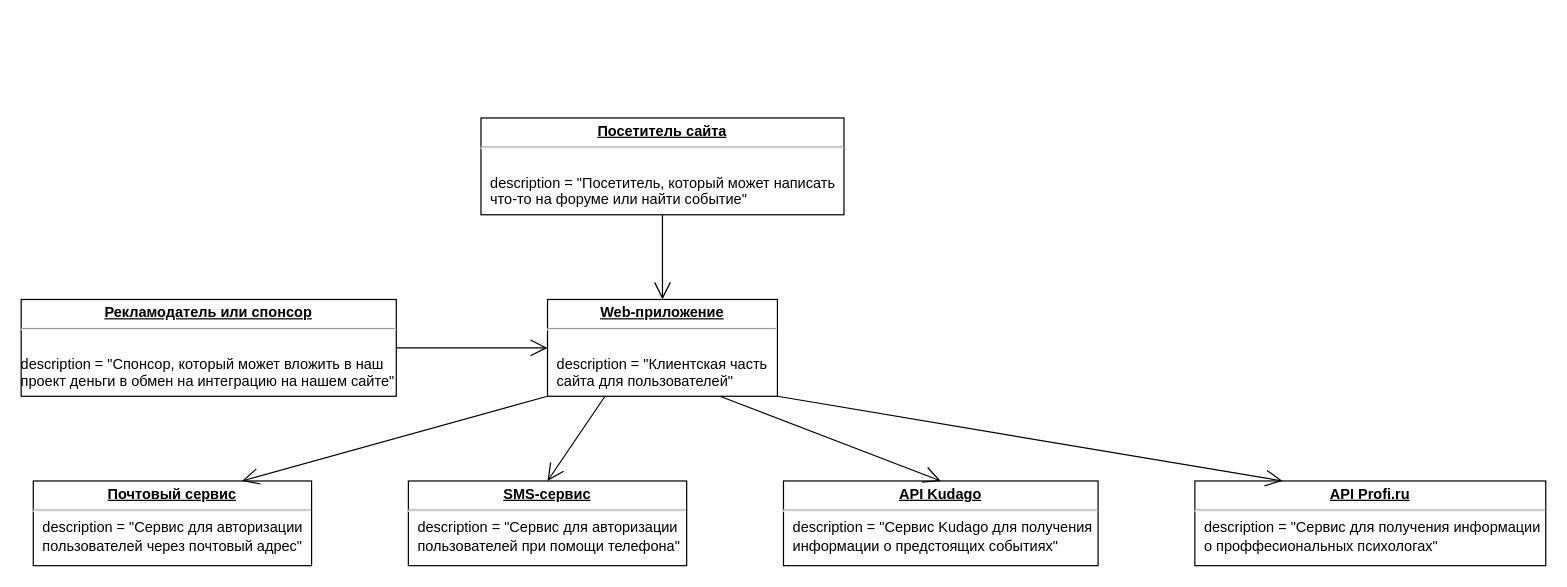
Above: docs/UML/Object - Арясин.drawio in Redegit/ThisTooShallPass (draw.io), before the change. Source tidied: cells renumbered, new cells numbered last; positions are measured from the earlier drawing's top-left corner, leaving out a move shared by most shapes. Both pictures are drawn from the tidied source at 121%, with x=0, y=0 at pixel (21, 117).
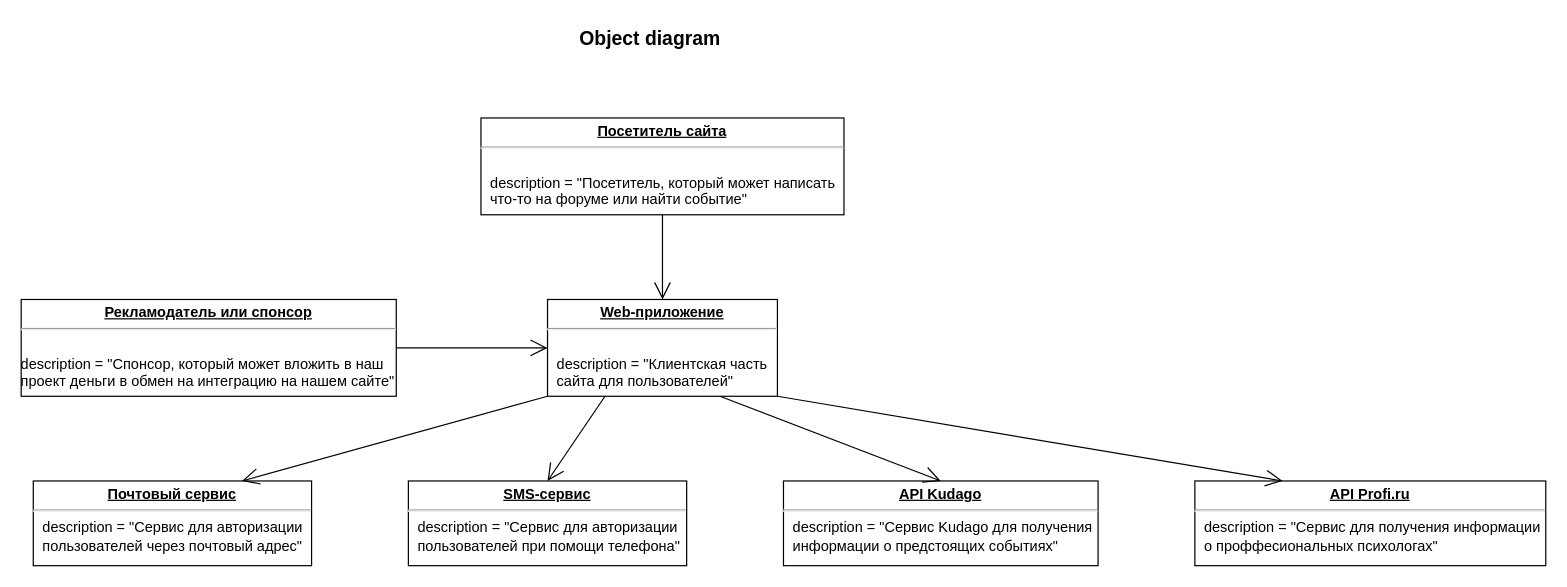
The same page after the edit.

What changed in the source:
```diff
@@
 <mxGraphModel>
   <root>
     <mxCell id="0" />
     <mxCell id="1" parent="0" />
     <mxCell id="2" value="&lt;p style=&quot;margin:0px;margin-top:4px;text-align:center;text-decoration:underline;&quot;&gt;&lt;b&gt;Посетитель сайта&lt;/b&gt;&lt;/p&gt;&lt;hr&gt;&lt;p style=&quot;margin:0px;margin-left:8px;&quot;&gt;&lt;br&gt;&lt;/p&gt;&lt;p style=&quot;margin:0px;margin-left:8px;&quot;&gt;description = &quot;Посетитель, который может написать&amp;nbsp;&lt;/p&gt;&lt;p style=&quot;margin:0px;margin-left:8px;&quot;&gt;что-то на форуме или найти событие&quot;&lt;br&gt;&lt;br&gt;&lt;/p&gt;" style="verticalAlign=top;align=left;overflow=fill;fontSize=12;fontFamily=Helvetica;html=1;" parent="1" vertex="1">
       <mxGeometry x="380" width="300" height="80" as="geometry" />
     </mxCell>
     <mxCell id="3" value="&lt;p style=&quot;margin:0px;margin-top:4px;text-align:center;text-decoration:underline;&quot;&gt;&lt;b&gt;Рекламодатель или спонсор&lt;/b&gt;&lt;/p&gt;&lt;hr&gt;&lt;p style=&quot;margin:0px;margin-left:8px;&quot;&gt;&lt;br&gt;&lt;/p&gt;description = &quot;&lt;span style=&quot;background-color: initial;&quot;&gt;Спонсор, который может вложить в наш&lt;br&gt;проект&amp;nbsp;&lt;/span&gt;&lt;span style=&quot;background-color: initial;&quot;&gt;деньги в обмен на интеграцию на нашем сайте&quot;&lt;/span&gt;&lt;span style=&quot;background-color: initial;&quot;&gt;&lt;br&gt;&lt;/span&gt;" style="verticalAlign=top;align=left;overflow=fill;fontSize=12;fontFamily=Helvetica;html=1;" parent="1" vertex="1">
       <mxGeometry y="150" width="310" height="80" as="geometry" />
     </mxCell>
     <mxCell id="4" value="&lt;p style=&quot;margin:0px;margin-top:4px;text-align:center;text-decoration:underline;&quot;&gt;&lt;b&gt;Web-приложение&lt;/b&gt;&lt;/p&gt;&lt;hr&gt;&lt;p style=&quot;margin:0px;margin-left:8px;&quot;&gt;&lt;br&gt;description = &quot;Клиентская часть&amp;nbsp;&lt;/p&gt;&lt;p style=&quot;margin:0px;margin-left:8px;&quot;&gt;сайта&amp;nbsp;&lt;span style=&quot;background-color: initial;&quot;&gt;для пользователей&quot;&lt;/span&gt;&lt;/p&gt;" style="verticalAlign=top;align=left;overflow=fill;fontSize=12;fontFamily=Helvetica;html=1;" parent="1" vertex="1">
       <mxGeometry x="435" y="150" width="190" height="80" as="geometry" />
     </mxCell>
     <mxCell id="5" value="&lt;p style=&quot;margin:0px;margin-top:4px;text-align:center;text-decoration:underline;&quot;&gt;&lt;b&gt;Почтовый сервис&lt;/b&gt;&lt;/p&gt;&lt;hr&gt;&lt;p style=&quot;margin:0px;margin-left:8px;&quot;&gt;description = &quot;Сервис для авторизации&lt;br&gt;&lt;/p&gt;&lt;p style=&quot;margin:0px;margin-left:8px;&quot;&gt;пользователей через почтовый адрес&quot;&lt;/p&gt;" style="verticalAlign=top;align=left;overflow=fill;fontSize=12;fontFamily=Helvetica;html=1;" parent="1" vertex="1">
       <mxGeometry x="10" y="300" width="230" height="70" as="geometry" />
     </mxCell>
     <mxCell id="6" value="&lt;p style=&quot;margin:0px;margin-top:4px;text-align:center;text-decoration:underline;&quot;&gt;&lt;b&gt;SMS-сервис&lt;/b&gt;&lt;/p&gt;&lt;hr&gt;&lt;p style=&quot;margin:0px;margin-left:8px;&quot;&gt;description = &quot;Сервис для авторизации&lt;br&gt;&lt;/p&gt;&lt;p style=&quot;margin:0px;margin-left:8px;&quot;&gt;пользователей при помощи телефона&quot;&lt;/p&gt;" style="verticalAlign=top;align=left;overflow=fill;fontSize=12;fontFamily=Helvetica;html=1;" parent="1" vertex="1">
       <mxGeometry x="320" y="300" width="230" height="70" as="geometry" />
     </mxCell>
     <mxCell id="7" value="&lt;p style=&quot;margin:0px;margin-top:4px;text-align:center;text-decoration:underline;&quot;&gt;&lt;b&gt;API Kudago&lt;/b&gt;&lt;/p&gt;&lt;hr&gt;&lt;p style=&quot;margin:0px;margin-left:8px;&quot;&gt;description = &quot;Сервис Kudago для получения&lt;/p&gt;&lt;p style=&quot;margin:0px;margin-left:8px;&quot;&gt;&lt;span style=&quot;background-color: initial;&quot;&gt;информации о предстоящих событиях&quot;&lt;/span&gt;&lt;/p&gt;" style="verticalAlign=top;align=left;overflow=fill;fontSize=12;fontFamily=Helvetica;html=1;" parent="1" vertex="1">
       <mxGeometry x="630" y="300" width="260" height="70" as="geometry" />
     </mxCell>
     <mxCell id="8" value="&lt;p style=&quot;margin:0px;margin-top:4px;text-align:center;text-decoration:underline;&quot;&gt;&lt;b&gt;API Profi.ru&lt;/b&gt;&lt;/p&gt;&lt;hr&gt;&lt;p style=&quot;margin:0px;margin-left:8px;&quot;&gt;description = &quot;Сервис для получения информации&lt;/p&gt;&lt;p style=&quot;margin:0px;margin-left:8px;&quot;&gt;&lt;span style=&quot;background-color: initial;&quot;&gt;о проффесиональных психологах&quot;&lt;/span&gt;&lt;/p&gt;" style="verticalAlign=top;align=left;overflow=fill;fontSize=12;fontFamily=Helvetica;html=1;" parent="1" vertex="1">
       <mxGeometry x="970" y="300" width="290" height="70" as="geometry" />
     </mxCell>
     <mxCell id="9" style="endArrow=open;endFill=1;endSize=12;html=1;exitX=0.5;exitY=1;exitDx=0;exitDy=0;entryX=0.5;entryY=0;entryDx=0;entryDy=0;" parent="1" edge="1" source="2" target="4">
       <mxGeometry relative="1" as="geometry" />
     </mxCell>
     <mxCell id="10" style="endArrow=open;endFill=1;endSize=12;html=1;exitX=1;exitY=0.5;exitDx=0;exitDy=0;entryX=0;entryY=0.5;entryDx=0;entryDy=0;" parent="1" edge="1" source="3" target="4">
       <mxGeometry relative="1" as="geometry" />
     </mxCell>
     <mxCell id="11" style="endArrow=open;endFill=1;endSize=12;html=1;exitX=0;exitY=1;exitDx=0;exitDy=0;entryX=0.75;entryY=0;entryDx=0;entryDy=0;" parent="1" edge="1" source="4" target="5">
       <mxGeometry relative="1" as="geometry" />
     </mxCell>
     <mxCell id="12" style="endArrow=open;endFill=1;endSize=12;html=1;exitX=0.25;exitY=1;exitDx=0;exitDy=0;entryX=0.5;entryY=0;entryDx=0;entryDy=0;" parent="1" edge="1" source="4" target="6">
       <mxGeometry relative="1" as="geometry" />
     </mxCell>
     <mxCell id="13" style="endArrow=open;endFill=1;endSize=12;html=1;exitX=0.75;exitY=1;exitDx=0;exitDy=0;entryX=0.5;entryY=0;entryDx=0;entryDy=0;" parent="1" edge="1" source="4" target="7">
       <mxGeometry relative="1" as="geometry" />
     </mxCell>
     <mxCell id="14" style="endArrow=open;endFill=1;endSize=12;html=1;exitX=1;exitY=1;exitDx=0;exitDy=0;entryX=0.25;entryY=0;entryDx=0;entryDy=0;" parent="1" edge="1" source="4" target="8">
       <mxGeometry relative="1" as="geometry" />
     </mxCell>
+    <mxCell id="15" value="Object diagram" style="text;align=center;fontStyle=1;verticalAlign=middle;spacingLeft=3;spacingRight=3;strokeColor=none;fontSize=16;" parent="1" vertex="1">
+      <mxGeometry x="480" y="-80" width="80" height="26" as="geometry" />
+    </mxCell>
   </root>
 </mxGraphModel>
```
